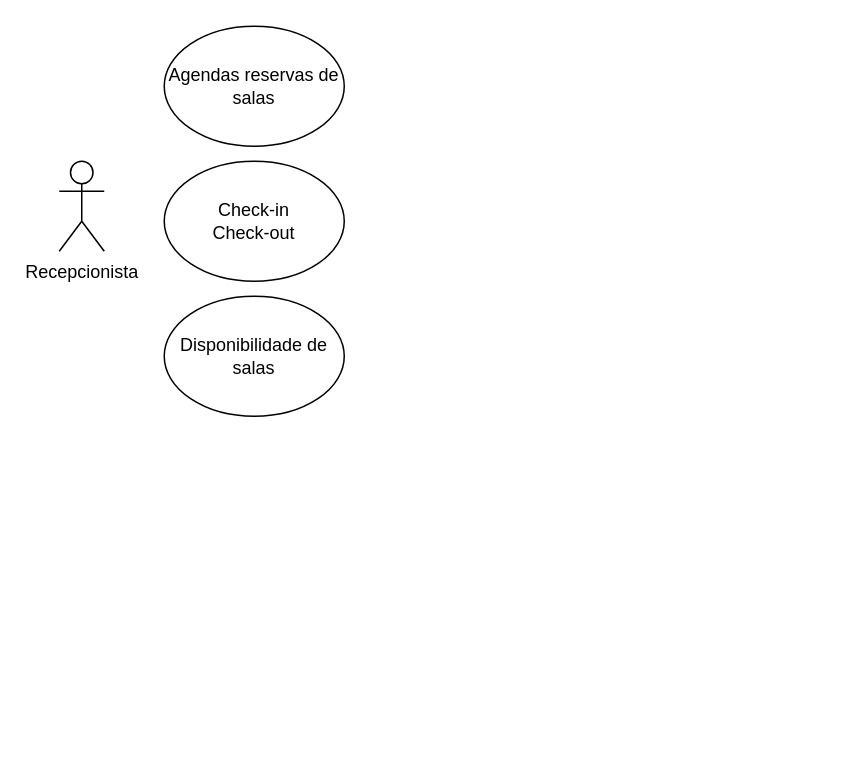
Earlier version of the draw.io diagram page "Sistema de Reservas de Salas" (6 of 6) of Diagrama sem nome.drawio (lucassead/Diagramas-de-Requisitos). Source tidied: cells renumbered, new cells numbered last; positions are measured from the earlier drawing's top-left corner, leaving out a move shared by most shapes. Both pictures are drawn from the tidied source at 150%, with x=0, y=0 at pixel (58, 26).
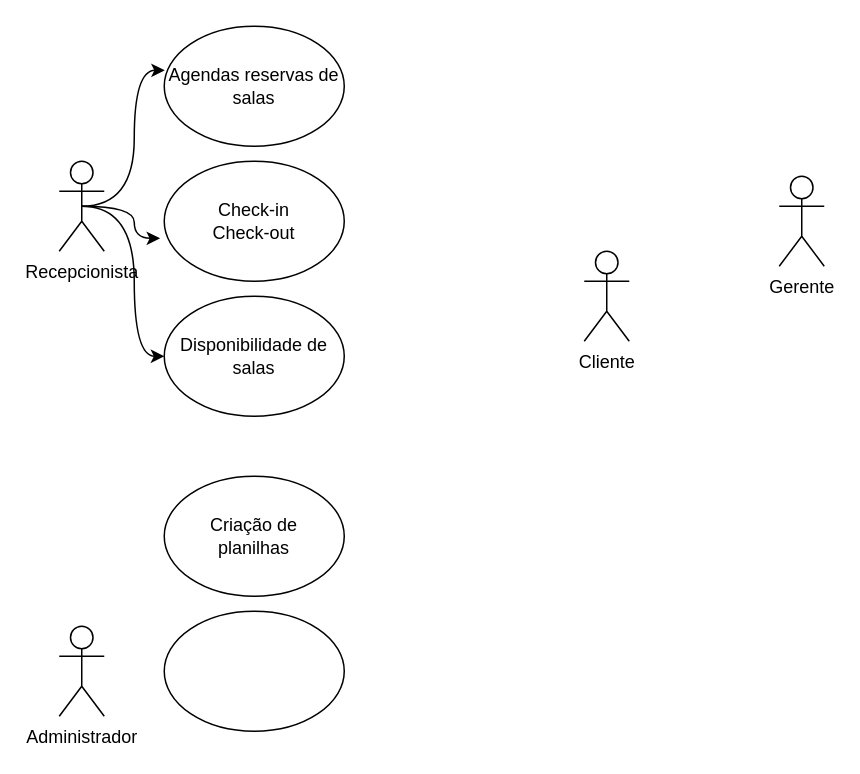
Above is the later version.

Diff of the diagram source:
```diff
@@
 <mxGraphModel>
   <root>
     <mxCell id="0" />
     <mxCell id="1" parent="0" />
+    <mxCell id="6" style="edgeStyle=orthogonalEdgeStyle;rounded=0;jettySize=auto;html=1;exitX=0.5;exitY=0.5;exitDx=0;exitDy=0;exitPerimeter=0;entryX=0;entryY=0.5;entryDx=0;entryDy=0;curved=1;" parent="1" edge="1" source="2" target="5">
+      <mxGeometry relative="1" as="geometry" />
+    </mxCell>
     <mxCell id="2" value="Recepcionista" style="shape=umlActor;verticalLabelPosition=bottom;verticalAlign=top;html=1;outlineConnect=0;" parent="1" vertex="1">
       <mxGeometry y="90" width="30" height="60" as="geometry" />
     </mxCell>
     <mxCell id="3" value="Agendas reservas de salas" style="ellipse;whiteSpace=wrap;html=1;" parent="1" vertex="1">
       <mxGeometry x="70" width="120" height="80" as="geometry" />
     </mxCell>
     <mxCell id="4" value="Check-in&lt;div&gt;Check-out&lt;/div&gt;" style="ellipse;whiteSpace=wrap;html=1;" parent="1" vertex="1">
       <mxGeometry x="70" y="90" width="120" height="80" as="geometry" />
     </mxCell>
     <mxCell id="5" value="Disponibilidade de salas" style="ellipse;whiteSpace=wrap;html=1;" parent="1" vertex="1">
       <mxGeometry x="70" y="180" width="120" height="80" as="geometry" />
     </mxCell>
+    <mxCell id="7" style="edgeStyle=orthogonalEdgeStyle;rounded=0;jettySize=auto;html=1;exitX=0.5;exitY=0.5;exitDx=0;exitDy=0;exitPerimeter=0;entryX=0.003;entryY=0.367;entryDx=0;entryDy=0;entryPerimeter=0;curved=1;" parent="1" edge="1" source="2" target="3">
+      <mxGeometry relative="1" as="geometry" />
+    </mxCell>
+    <mxCell id="8" style="edgeStyle=orthogonalEdgeStyle;rounded=0;jettySize=auto;html=1;exitX=0.5;exitY=0.5;exitDx=0;exitDy=0;exitPerimeter=0;entryX=-0.023;entryY=0.642;entryDx=0;entryDy=0;entryPerimeter=0;curved=1;" parent="1" edge="1" source="2" target="4">
+      <mxGeometry relative="1" as="geometry" />
+    </mxCell>
+    <mxCell id="9" value="Gerente" style="shape=umlActor;verticalLabelPosition=bottom;verticalAlign=top;html=1;" parent="1" vertex="1">
+      <mxGeometry x="480" y="100" width="30" height="60" as="geometry" />
+    </mxCell>
+    <mxCell id="10" value="Administrador" style="shape=umlActor;verticalLabelPosition=bottom;verticalAlign=top;html=1;" parent="1" vertex="1">
+      <mxGeometry y="400" width="30" height="60" as="geometry" />
+    </mxCell>
+    <mxCell id="11" value="Criação de&lt;div&gt;planilhas&lt;/div&gt;" style="ellipse;whiteSpace=wrap;html=1;" parent="1" vertex="1">
+      <mxGeometry x="70" y="300" width="120" height="80" as="geometry" />
+    </mxCell>
+    <mxCell id="12" style="ellipse;whiteSpace=wrap;html=1;" parent="1" vertex="1">
+      <mxGeometry x="70" y="390" width="120" height="80" as="geometry" />
+    </mxCell>
+    <mxCell id="13" value="Cliente" style="shape=umlActor;verticalLabelPosition=bottom;verticalAlign=top;html=1;" parent="1" vertex="1">
+      <mxGeometry x="350" y="150" width="30" height="60" as="geometry" />
+    </mxCell>
   </root>
 </mxGraphModel>
```
